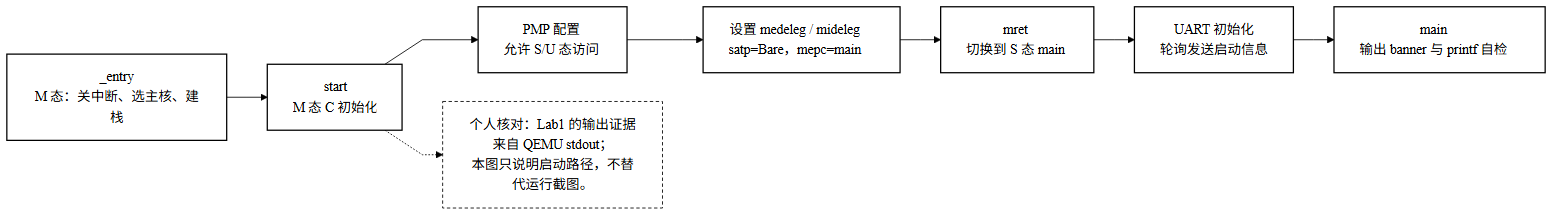
Before: doc/lab1/images/lab1-startup-sequence.png, a diagram exported from Mermaid (hoyuand/2024302111427). Its source is kept beside it as doc/lab1/images/lab1-startup-sequence.mmd.
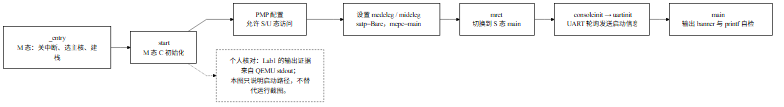
The same diagram one commit later.

Change to the diagram source:
```diff
@@ -6,7 +6,7 @@
   s --> p["PMP 配置<br/>允许 S/U 态访问"]:::plain
   p --> t["设置 medeleg / mideleg<br/>satp=Bare，mepc=main"]:::plain
   t --> r["mret<br/>切换到 S 态 main"]:::plain
-  r --> u["UART 初始化<br/>轮询发送启动信息"]:::plain
+  r --> u["consoleinit → uartinit<br/>UART 轮询发送启动信息"]:::plain
   u --> m["main<br/>输出 banner 与 printf 自检"]:::plain
   n["个人核对：Lab1 的输出证据来自 QEMU stdout；<br/>本图只说明启动路径，不替代运行截图。"]:::note
   s -.-> n
```
